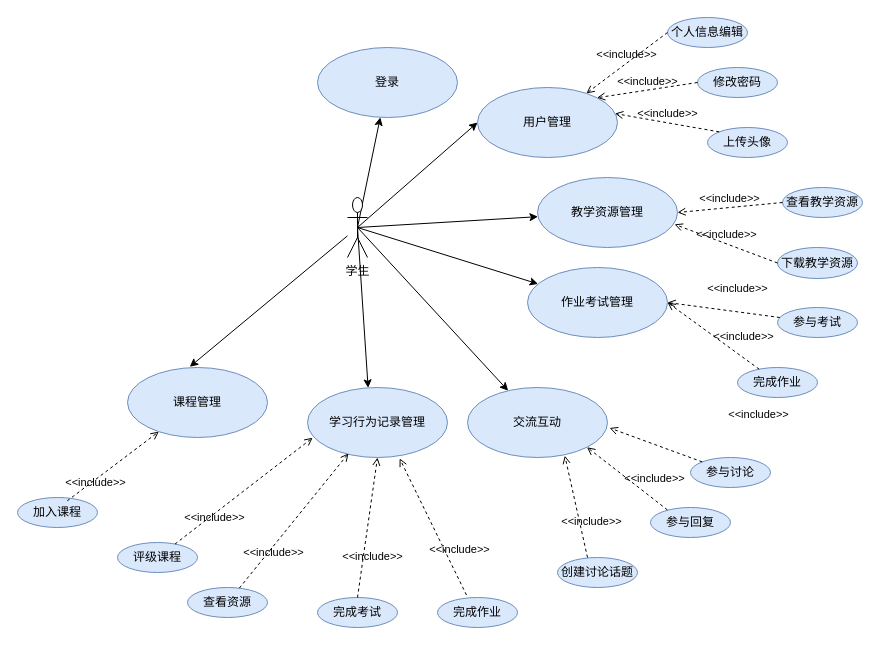
This is 用户用例图.drawio from ytrLove/text_repo, a draw.io file, before an edit. Source tidied: cells renumbered, new cells numbered last; positions are measured from the earlier drawing's top-left corner, leaving out a move shared by most shapes. Both pictures are drawn from the tidied source at 100%, with x=0, y=0 at pixel (17, 17).
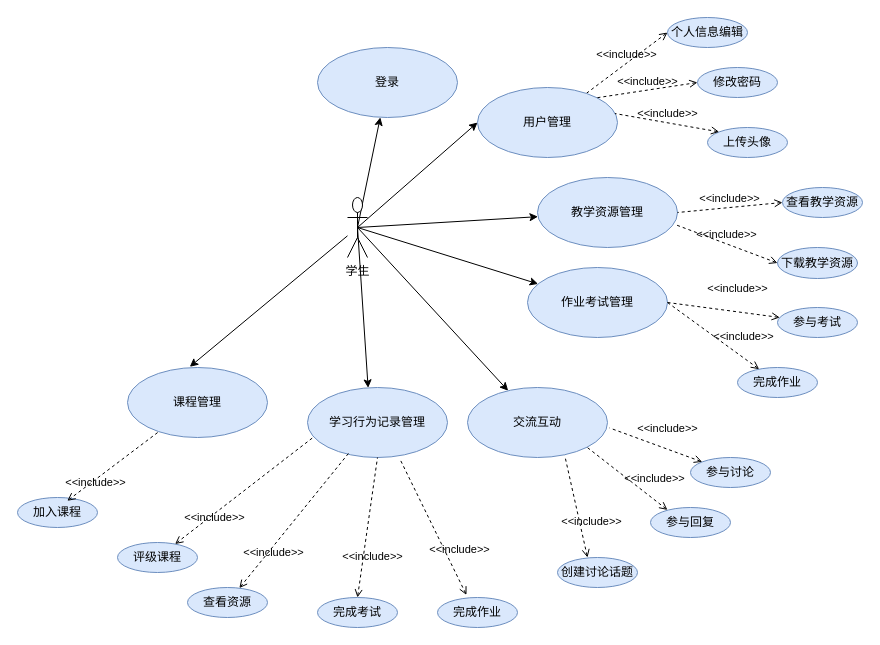
The same diagram, later.

Commit message:
Update 用户用例图.drawio

The change refers to these unchanged cells:
```xml
<mxCell id="9" value="用户管理" style="ellipse;whiteSpace=wrap;html=1;fillColor=#dae8fc;strokeColor=#6c8ebf;" parent="1" vertex="1">
  <mxGeometry x="460" y="70" width="140" height="70" as="geometry" />
</mxCell>
<mxCell id="10" value="教学资源管理" style="ellipse;whiteSpace=wrap;html=1;strokeColor=#6c8ebf;fillColor=#dae8fc;" parent="1" vertex="1">
  <mxGeometry x="520" y="160" width="140" height="70" as="geometry" />
</mxCell>
<mxCell id="11" value="作业考试管理" style="ellipse;whiteSpace=wrap;html=1;strokeColor=#6c8ebf;fillColor=#dae8fc;" parent="1" vertex="1">
  <mxGeometry x="510" y="250" width="140" height="70" as="geometry" />
</mxCell>
<mxCell id="12" value="交流互动" style="ellipse;whiteSpace=wrap;html=1;strokeColor=#6c8ebf;fillColor=#dae8fc;" parent="1" vertex="1">
  <mxGeometry x="450" y="370" width="140" height="70" as="geometry" />
</mxCell>
<mxCell id="13" value="学习行为记录管理" style="ellipse;whiteSpace=wrap;html=1;strokeColor=#6c8ebf;fillColor=#dae8fc;" parent="1" vertex="1">
  <mxGeometry x="290" y="370" width="140" height="70" as="geometry" />
</mxCell>
<mxCell id="15" value="个人信息编辑" style="ellipse;whiteSpace=wrap;html=1;strokeColor=#6c8ebf;fillColor=#dae8fc;" parent="1" vertex="1">
  <mxGeometry x="650" width="80" height="30" as="geometry" />
</mxCell>
<mxCell id="16" value="修改密码" style="ellipse;whiteSpace=wrap;html=1;strokeColor=#6c8ebf;fillColor=#dae8fc;" parent="1" vertex="1">
  <mxGeometry x="680" y="50" width="80" height="30" as="geometry" />
</mxCell>
<mxCell id="18" value="上传头像" style="ellipse;whiteSpace=wrap;html=1;strokeColor=#6c8ebf;fillColor=#dae8fc;" parent="1" vertex="1">
  <mxGeometry x="690" y="110" width="80" height="30" as="geometry" />
</mxCell>
<mxCell id="22" value="查看教学资源" style="ellipse;whiteSpace=wrap;html=1;fillColor=#dae8fc;strokeColor=#6c8ebf;" parent="1" vertex="1">
  <mxGeometry x="765" y="170" width="80" height="30" as="geometry" />
</mxCell>
<mxCell id="23" value="下载教学资源" style="ellipse;whiteSpace=wrap;html=1;fillColor=#dae8fc;strokeColor=#6c8ebf;" parent="1" vertex="1">
  <mxGeometry x="760" y="230" width="80" height="31" as="geometry" />
</mxCell>
<mxCell id="24" value="参与考试" style="ellipse;whiteSpace=wrap;html=1;strokeColor=#6c8ebf;fillColor=#dae8fc;" parent="1" vertex="1">
  <mxGeometry x="760" y="290" width="80" height="30" as="geometry" />
</mxCell>
<mxCell id="27" value="完成作业" style="ellipse;whiteSpace=wrap;html=1;strokeColor=#6c8ebf;fillColor=#dae8fc;" parent="1" vertex="1">
  <mxGeometry x="720" y="350" width="80" height="30" as="geometry" />
</mxCell>
<mxCell id="28" value="参与讨论" style="ellipse;whiteSpace=wrap;html=1;strokeColor=#6c8ebf;fillColor=#dae8fc;" parent="1" vertex="1">
  <mxGeometry x="673" y="440" width="80" height="30" as="geometry" />
</mxCell>
<mxCell id="31" value="参与回复" style="ellipse;whiteSpace=wrap;html=1;strokeColor=#6c8ebf;fillColor=#dae8fc;" parent="1" vertex="1">
  <mxGeometry x="633" y="490" width="80" height="30" as="geometry" />
</mxCell>
<mxCell id="32" value="创建讨论话题" style="ellipse;whiteSpace=wrap;html=1;strokeColor=#6c8ebf;fillColor=#dae8fc;" parent="1" vertex="1">
  <mxGeometry x="540" y="540" width="80" height="30" as="geometry" />
</mxCell>
<mxCell id="36" value="完成考试" style="ellipse;whiteSpace=wrap;html=1;fillColor=#dae8fc;strokeColor=#6c8ebf;" parent="1" vertex="1">
  <mxGeometry x="300" y="580" width="80" height="30" as="geometry" />
</mxCell>
<mxCell id="37" value="完成作业" style="ellipse;whiteSpace=wrap;html=1;fillColor=#dae8fc;strokeColor=#6c8ebf;" parent="1" vertex="1">
  <mxGeometry x="420" y="580" width="80" height="30" as="geometry" />
</mxCell>
<mxCell id="38" value="查看资源" style="ellipse;whiteSpace=wrap;html=1;fillColor=#dae8fc;strokeColor=#6c8ebf;" parent="1" vertex="1">
  <mxGeometry x="170" y="570" width="80" height="30" as="geometry" />
</mxCell>
<mxCell id="39" value="评级课程" style="ellipse;whiteSpace=wrap;html=1;fillColor=#dae8fc;strokeColor=#6c8ebf;" parent="1" vertex="1">
  <mxGeometry x="100" y="525" width="80" height="30" as="geometry" />
</mxCell>
<mxCell id="44" value="课程管理" style="ellipse;whiteSpace=wrap;html=1;fillColor=#dae8fc;strokeColor=#6c8ebf;" parent="1" vertex="1">
  <mxGeometry x="110" y="350" width="140" height="70" as="geometry" />
</mxCell>
<mxCell id="46" value="加入课程" style="ellipse;whiteSpace=wrap;html=1;fillColor=#dae8fc;strokeColor=#6c8ebf;" parent="1" vertex="1">
  <mxGeometry y="480" width="80" height="30" as="geometry" />
</mxCell>
```

Diff of the diagram source:
```diff
@@
+    <mxCell id="19" value="&amp;lt;&amp;lt;include&amp;gt;&amp;gt;" style="html=1;verticalAlign=bottom;labelBackgroundColor=none;endArrow=none;endFill=0;dashed=1;rounded=0;exitX=0;exitY=0.5;exitDx=0;exitDy=0;shadow=0;startArrow=open;startFill=0;" parent="1" edge="1" source="15" target="9">
+      <mxGeometry relative="1" as="geometry" />
+    </mxCell>
@@
-    <mxCell id="19" value="&amp;lt;&amp;lt;include&amp;gt;&amp;gt;" style="html=1;verticalAlign=bottom;labelBackgroundColor=none;endArrow=open;endFill=0;dashed=1;rounded=0;exitX=0;exitY=0.5;exitDx=0;exitDy=0;" parent="1" edge="1" source="15" target="9">
-      <mxGeometry relative="1" as="geometry" />
-    </mxCell>
-    <mxCell id="20" value="&amp;lt;&amp;lt;include&amp;gt;&amp;gt;" style="html=1;verticalAlign=bottom;labelBackgroundColor=none;endArrow=open;endFill=0;dashed=1;rounded=0;exitX=0;exitY=0.5;exitDx=0;exitDy=0;entryX=1;entryY=0;entryDx=0;entryDy=0;" parent="1" edge="1" source="16" target="9">
+    <mxCell id="20" value="&amp;lt;&amp;lt;include&amp;gt;&amp;gt;" style="html=1;verticalAlign=bottom;labelBackgroundColor=none;endArrow=none;endFill=0;dashed=1;rounded=0;exitX=0;exitY=0.5;exitDx=0;exitDy=0;entryX=1;entryY=0;entryDx=0;entryDy=0;startArrow=open;startFill=0;" parent="1" edge="1" source="16" target="9">
       <mxGeometry relative="1" as="geometry" />
     </mxCell>
-    <mxCell id="21" value="&amp;lt;&amp;lt;include&amp;gt;&amp;gt;" style="html=1;verticalAlign=bottom;labelBackgroundColor=none;endArrow=open;endFill=0;dashed=1;rounded=0;exitX=0;exitY=0;exitDx=0;exitDy=0;entryX=0.982;entryY=0.372;entryDx=0;entryDy=0;entryPerimeter=0;" parent="1" edge="1" source="18" target="9">
+    <mxCell id="21" value="&amp;lt;&amp;lt;include&amp;gt;&amp;gt;" style="html=1;verticalAlign=bottom;labelBackgroundColor=none;endArrow=none;endFill=0;dashed=1;rounded=0;exitX=0;exitY=0;exitDx=0;exitDy=0;entryX=0.982;entryY=0.372;entryDx=0;entryDy=0;entryPerimeter=0;startArrow=open;startFill=0;" parent="1" edge="1" source="18" target="9">
       <mxGeometry relative="1" as="geometry" />
     </mxCell>
@@
-    <mxCell id="25" value="&amp;lt;&amp;lt;include&amp;gt;&amp;gt;" style="html=1;verticalAlign=bottom;labelBackgroundColor=none;endArrow=open;endFill=0;dashed=1;rounded=0;exitX=0;exitY=0.5;exitDx=0;exitDy=0;entryX=1;entryY=0.5;entryDx=0;entryDy=0;" parent="1" edge="1" source="22" target="10">
+    <mxCell id="25" value="&amp;lt;&amp;lt;include&amp;gt;&amp;gt;" style="html=1;verticalAlign=bottom;labelBackgroundColor=none;endArrow=none;endFill=0;dashed=1;rounded=0;exitX=0;exitY=0.5;exitDx=0;exitDy=0;entryX=1;entryY=0.5;entryDx=0;entryDy=0;startArrow=open;startFill=0;" parent="1" edge="1" source="22" target="10">
       <mxGeometry relative="1" as="geometry" />
     </mxCell>
-    <mxCell id="26" value="&amp;lt;&amp;lt;include&amp;gt;&amp;gt;" style="html=1;verticalAlign=bottom;labelBackgroundColor=none;endArrow=open;endFill=0;dashed=1;rounded=0;exitX=0;exitY=0.5;exitDx=0;exitDy=0;entryX=0.979;entryY=0.669;entryDx=0;entryDy=0;entryPerimeter=0;" parent="1" edge="1" source="23" target="10">
+    <mxCell id="26" value="&amp;lt;&amp;lt;include&amp;gt;&amp;gt;" style="html=1;verticalAlign=bottom;labelBackgroundColor=none;endArrow=none;endFill=0;dashed=1;rounded=0;exitX=0;exitY=0.5;exitDx=0;exitDy=0;entryX=0.979;entryY=0.669;entryDx=0;entryDy=0;entryPerimeter=0;startArrow=open;startFill=0;" parent="1" edge="1" source="23" target="10">
       <mxGeometry relative="1" as="geometry" />
     </mxCell>
@@
-    <mxCell id="29" value="&amp;lt;&amp;lt;include&amp;gt;&amp;gt;" style="html=1;verticalAlign=bottom;labelBackgroundColor=none;endArrow=open;endFill=0;dashed=1;rounded=0;entryX=1;entryY=0.5;entryDx=0;entryDy=0;" parent="1" edge="1" source="24" target="11">
+    <mxCell id="29" value="&amp;lt;&amp;lt;include&amp;gt;&amp;gt;" style="html=1;verticalAlign=bottom;labelBackgroundColor=none;endArrow=none;endFill=0;dashed=1;rounded=0;entryX=1;entryY=0.5;entryDx=0;entryDy=0;startArrow=open;startFill=0;" parent="1" edge="1" source="24" target="11">
       <mxGeometry x="-0.21" y="-14" relative="1" as="geometry" />
     </mxCell>
-    <mxCell id="30" value="&amp;lt;&amp;lt;include&amp;gt;&amp;gt;" style="html=1;verticalAlign=bottom;labelBackgroundColor=none;endArrow=open;endFill=0;dashed=1;rounded=0;entryX=1;entryY=0.5;entryDx=0;entryDy=0;" parent="1" edge="1" source="27" target="11">
+    <mxCell id="30" value="&amp;lt;&amp;lt;include&amp;gt;&amp;gt;" style="html=1;verticalAlign=bottom;labelBackgroundColor=none;endArrow=none;endFill=0;dashed=1;rounded=0;entryX=1;entryY=0.5;entryDx=0;entryDy=0;startArrow=open;startFill=0;" parent="1" edge="1" source="27" target="11">
       <mxGeometry x="-0.52" y="-10" relative="1" as="geometry" />
     </mxCell>
@@
-    <mxCell id="33" value="&amp;lt;&amp;lt;include&amp;gt;&amp;gt;" style="html=1;verticalAlign=bottom;labelBackgroundColor=none;endArrow=open;endFill=0;dashed=1;rounded=0;entryX=1.015;entryY=0.578;entryDx=0;entryDy=0;entryPerimeter=0;exitX=0;exitY=0;exitDx=0;exitDy=0;" parent="1" edge="1" source="28" target="12">
-      <mxGeometry x="-1" y="-74" relative="1" as="geometry">
-        <mxPoint x="31" y="31" as="offset" />
-      </mxGeometry>
+    <mxCell id="33" value="&amp;lt;&amp;lt;include&amp;gt;&amp;gt;" style="html=1;verticalAlign=bottom;labelBackgroundColor=none;endArrow=none;endFill=0;dashed=1;rounded=0;entryX=1.015;entryY=0.578;entryDx=0;entryDy=0;entryPerimeter=0;exitX=0;exitY=0;exitDx=0;exitDy=0;startArrow=open;startFill=0;" parent="1" edge="1" source="28" target="12">
+      <mxGeometry x="-0.17" y="-11" relative="1" as="geometry" />
     </mxCell>
-    <mxCell id="34" value="&amp;lt;&amp;lt;include&amp;gt;&amp;gt;" style="html=1;verticalAlign=bottom;labelBackgroundColor=none;endArrow=open;endFill=0;dashed=1;rounded=0;entryX=1;entryY=1;entryDx=0;entryDy=0;exitX=0.212;exitY=0.081;exitDx=0;exitDy=0;exitPerimeter=0;" parent="1" edge="1" source="31" target="12">
+    <mxCell id="34" value="&amp;lt;&amp;lt;include&amp;gt;&amp;gt;" style="html=1;verticalAlign=bottom;labelBackgroundColor=none;endArrow=none;endFill=0;dashed=1;rounded=0;entryX=1;entryY=1;entryDx=0;entryDy=0;exitX=0.212;exitY=0.081;exitDx=0;exitDy=0;exitPerimeter=0;startArrow=open;startFill=0;" parent="1" edge="1" source="31" target="12">
       <mxGeometry x="-0.52" y="-10" relative="1" as="geometry" />
     </mxCell>
-    <mxCell id="35" value="&amp;lt;&amp;lt;include&amp;gt;&amp;gt;" style="html=1;verticalAlign=bottom;labelBackgroundColor=none;endArrow=open;endFill=0;dashed=1;rounded=0;entryX=0.695;entryY=0.974;entryDx=0;entryDy=0;exitX=0.375;exitY=0;exitDx=0;exitDy=0;exitPerimeter=0;entryPerimeter=0;" parent="1" edge="1" source="32" target="12">
+    <mxCell id="35" value="&amp;lt;&amp;lt;include&amp;gt;&amp;gt;" style="html=1;verticalAlign=bottom;labelBackgroundColor=none;endArrow=none;endFill=0;dashed=1;rounded=0;entryX=0.695;entryY=0.974;entryDx=0;entryDy=0;exitX=0.375;exitY=0;exitDx=0;exitDy=0;exitPerimeter=0;entryPerimeter=0;startArrow=open;startFill=0;" parent="1" edge="1" source="32" target="12">
       <mxGeometry x="-0.52" y="-10" relative="1" as="geometry" />
     </mxCell>
@@
-    <mxCell id="40" value="&amp;lt;&amp;lt;include&amp;gt;&amp;gt;" style="html=1;verticalAlign=bottom;labelBackgroundColor=none;endArrow=open;endFill=0;dashed=1;rounded=0;entryX=0.658;entryY=1.013;entryDx=0;entryDy=0;exitX=0.362;exitY=-0.084;exitDx=0;exitDy=0;exitPerimeter=0;entryPerimeter=0;" parent="1" edge="1" source="37" target="13">
+    <mxCell id="40" value="&amp;lt;&amp;lt;include&amp;gt;&amp;gt;" style="html=1;verticalAlign=bottom;labelBackgroundColor=none;endArrow=none;endFill=0;dashed=1;rounded=0;entryX=0.658;entryY=1.013;entryDx=0;entryDy=0;exitX=0.362;exitY=-0.084;exitDx=0;exitDy=0;exitPerimeter=0;entryPerimeter=0;startArrow=open;startFill=0;" parent="1" edge="1" source="37" target="13">
       <mxGeometry x="-0.52" y="-10" relative="1" as="geometry" />
     </mxCell>
-    <mxCell id="41" value="&amp;lt;&amp;lt;include&amp;gt;&amp;gt;" style="html=1;verticalAlign=bottom;labelBackgroundColor=none;endArrow=open;endFill=0;dashed=1;rounded=0;entryX=0.5;entryY=1;entryDx=0;entryDy=0;exitX=0.5;exitY=0;exitDx=0;exitDy=0;" parent="1" edge="1" source="36" target="13">
+    <mxCell id="41" value="&amp;lt;&amp;lt;include&amp;gt;&amp;gt;" style="html=1;verticalAlign=bottom;labelBackgroundColor=none;endArrow=none;endFill=0;dashed=1;rounded=0;entryX=0.5;entryY=1;entryDx=0;entryDy=0;exitX=0.5;exitY=0;exitDx=0;exitDy=0;startArrow=open;startFill=0;" parent="1" edge="1" source="36" target="13">
       <mxGeometry x="-0.52" y="-10" relative="1" as="geometry" />
     </mxCell>
-    <mxCell id="42" value="&amp;lt;&amp;lt;include&amp;gt;&amp;gt;" style="html=1;verticalAlign=bottom;labelBackgroundColor=none;endArrow=open;endFill=0;dashed=1;rounded=0;entryX=0.293;entryY=0.941;entryDx=0;entryDy=0;exitX=0.648;exitY=0.02;exitDx=0;exitDy=0;entryPerimeter=0;exitPerimeter=0;" parent="1" edge="1" source="38" target="13">
+    <mxCell id="42" value="&amp;lt;&amp;lt;include&amp;gt;&amp;gt;" style="html=1;verticalAlign=bottom;labelBackgroundColor=none;endArrow=none;endFill=0;dashed=1;rounded=0;entryX=0.293;entryY=0.941;entryDx=0;entryDy=0;exitX=0.648;exitY=0.02;exitDx=0;exitDy=0;entryPerimeter=0;exitPerimeter=0;startArrow=open;startFill=0;" parent="1" edge="1" source="38" target="13">
       <mxGeometry x="-0.52" y="-10" relative="1" as="geometry" />
     </mxCell>
-    <mxCell id="43" value="&amp;lt;&amp;lt;include&amp;gt;&amp;gt;" style="html=1;verticalAlign=bottom;labelBackgroundColor=none;endArrow=open;endFill=0;dashed=1;rounded=0;entryX=0.037;entryY=0.718;entryDx=0;entryDy=0;entryPerimeter=0;" parent="1" edge="1" source="39" target="13">
+    <mxCell id="43" value="&amp;lt;&amp;lt;include&amp;gt;&amp;gt;" style="html=1;verticalAlign=bottom;labelBackgroundColor=none;endArrow=none;endFill=0;dashed=1;rounded=0;entryX=0.037;entryY=0.718;entryDx=0;entryDy=0;entryPerimeter=0;startArrow=open;startFill=0;" parent="1" edge="1" source="39" target="13">
       <mxGeometry x="-0.52" y="-10" relative="1" as="geometry" />
     </mxCell>
@@
-    <mxCell id="47" value="&amp;lt;&amp;lt;include&amp;gt;&amp;gt;" style="html=1;verticalAlign=bottom;labelBackgroundColor=none;endArrow=open;endFill=0;dashed=1;rounded=0;exitX=0.622;exitY=0.111;exitDx=0;exitDy=0;exitPerimeter=0;" parent="1" edge="1" source="46" target="44">
+    <mxCell id="47" value="&amp;lt;&amp;lt;include&amp;gt;&amp;gt;" style="html=1;verticalAlign=bottom;labelBackgroundColor=none;endArrow=none;endFill=0;dashed=1;rounded=0;exitX=0.622;exitY=0.111;exitDx=0;exitDy=0;exitPerimeter=0;startArrow=open;startFill=0;" parent="1" edge="1" source="46" target="44">
       <mxGeometry x="-0.52" y="-10" relative="1" as="geometry" />
     </mxCell>
```
